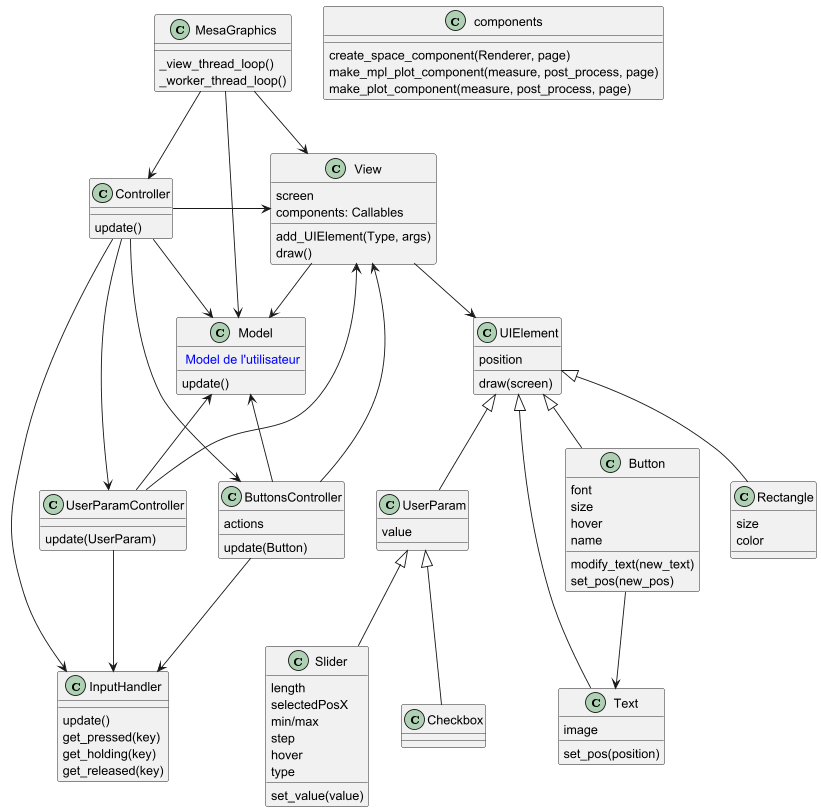
Earlier version of the PlantUML export doc/MesaGraphics.png (Erocr/mesa_graphics).
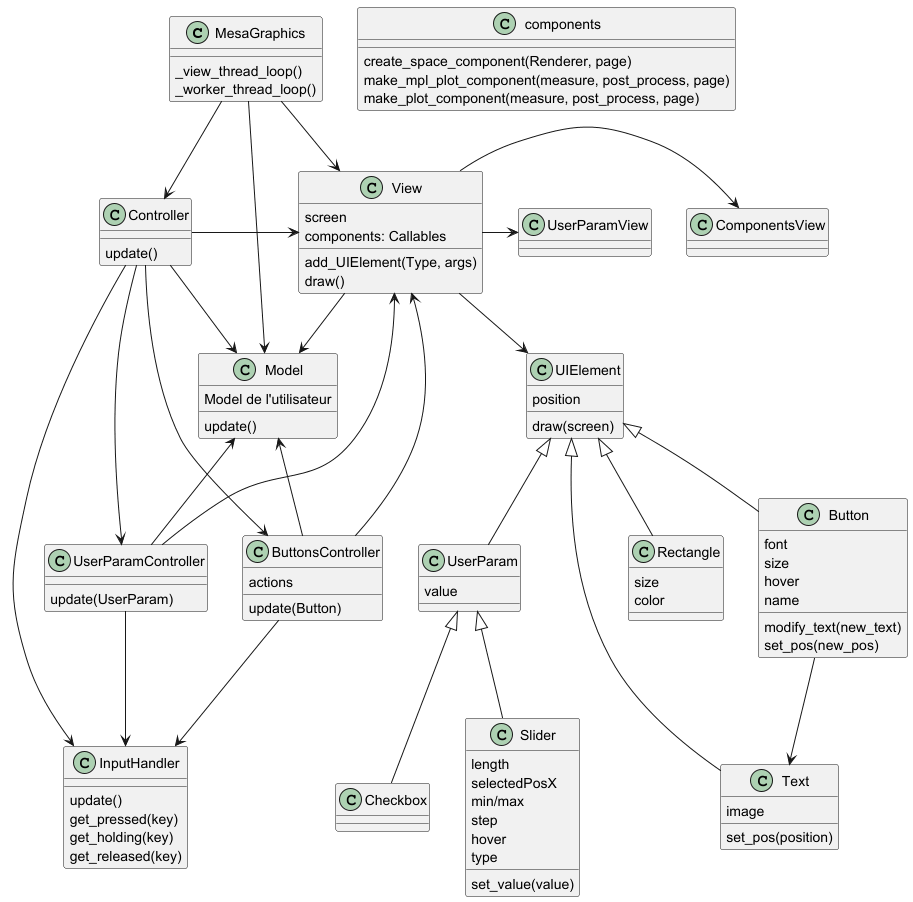
The same file after the commit.

What changed in the source:
```diff
@@ -48,10 +48,16 @@
 
 
 class Model
-Model : <color:blue> Model de l'utilisateur
+Model : Model de l'utilisateur
 Model : update()
 
 
+
+class ComponentsView
+View -> ComponentsView
+
+class UserParamView
+View -> UserParamView
 
 class UIElement
 UIElement : position
```
